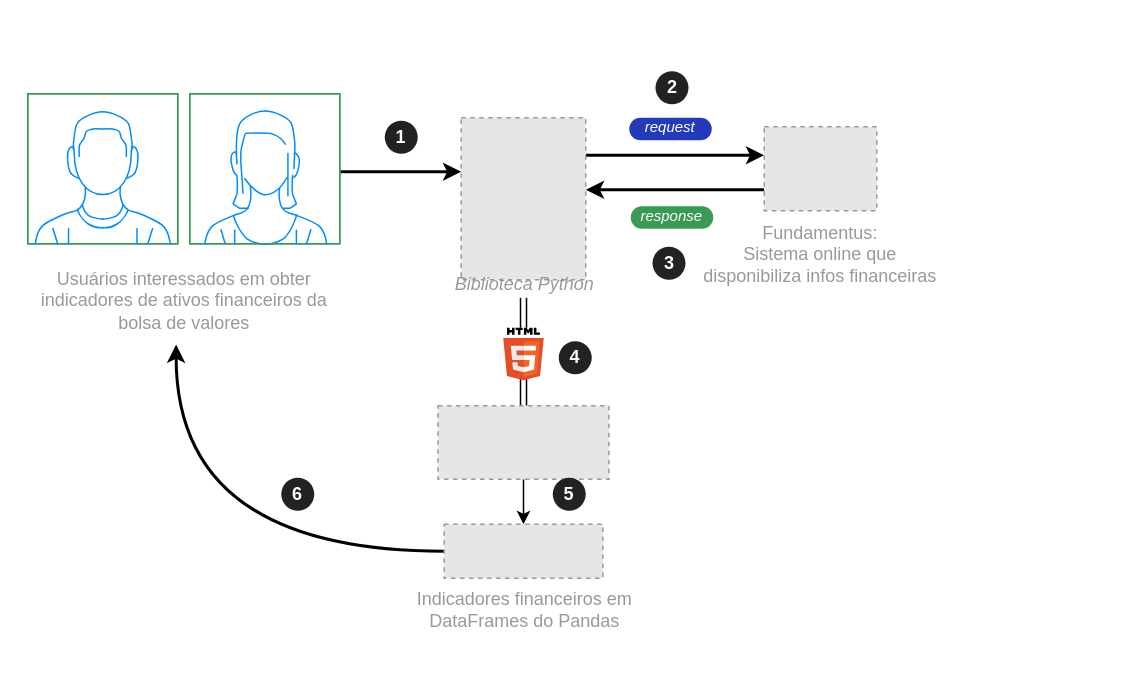
Above: docs/assets/diagrams/pynvest-diagram.drawio in ThiagoPanini/pynvest (draw.io), before the change. Source tidied: cells renumbered, new cells numbered last; positions are measured from the earlier drawing's top-left corner, leaving out a move shared by most shapes. Both pictures are drawn from the tidied source at 150%, with x=0, y=0 at pixel (26, 70). Pictures stored in the file or linked from it are replaced by grey dashed boxes.
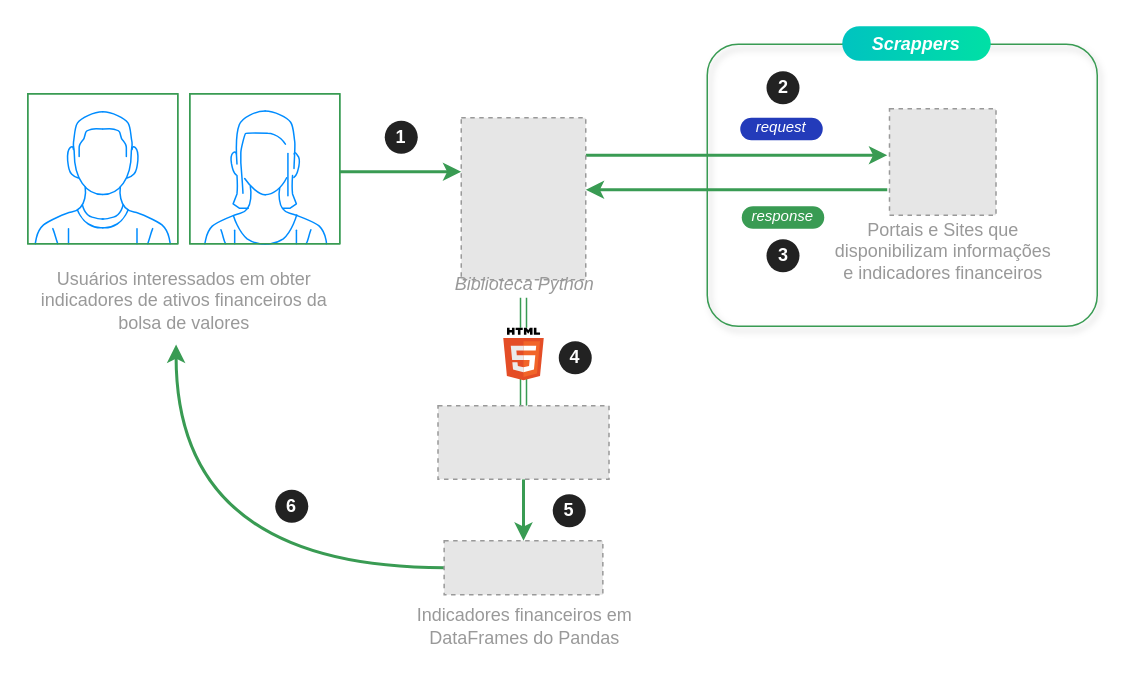
The same page after the edit.

Unchanged cells that the change refers to:
```xml
<mxCell id="4" style="verticalLabelPosition=bottom;shadow=0;dashed=0;align=center;html=1;verticalAlign=top;strokeWidth=1;shape=mxgraph.mockup.containers.userFemale;strokeColor=#399B53;strokeColor2=#008cff;fillColor=none;labelBackgroundColor=none;fontColor=#5AA9E6;rounded=1;" parent="1" vertex="1">
  <mxGeometry x="109" y="15" width="100" height="100" as="geometry" />
</mxCell>
<mxCell id="5" value="&lt;font color=&quot;#999999&quot;&gt;Usuários interessados em obter&lt;br&gt;indicadores de ativos financeiros da&lt;br&gt;bolsa de valores&lt;br&gt;&lt;/font&gt;" style="text;html=1;align=center;verticalAlign=middle;points=[];strokeColor=none;fillColor=none;labelBackgroundColor=none;fontColor=#5AA9E6;rounded=1;" parent="1" vertex="1">
  <mxGeometry y="125" width="209" height="55" as="geometry" />
</mxCell>
<mxCell id="7" style="fillColor=#E6E6E6;strokeColor=#999999;dashed=1;verticalLabelPosition=bottom;labelBackgroundColor=default;verticalAlign=top;" parent="1" vertex="1">
  <mxGeometry x="290" y="31" width="83" height="108" as="geometry" />
</mxCell>
<mxCell id="9" value="&lt;font color=&quot;#999999&quot;&gt;Biblioteca Python&lt;br&gt;&lt;/font&gt;" style="text;html=1;align=center;verticalAlign=middle;points=[];strokeColor=none;fillColor=none;labelBackgroundColor=none;fontColor=#5AA9E6;rounded=1;fontStyle=2;" parent="1" vertex="1">
  <mxGeometry x="276" y="129" width="111" height="26" as="geometry" />
</mxCell>
<mxCell id="21" style="fillColor=#E6E6E6;strokeColor=#999999;dashed=1;verticalLabelPosition=bottom;labelBackgroundColor=default;verticalAlign=top;" parent="1" vertex="1">
  <mxGeometry x="274.5" y="223" width="114" height="49" as="geometry" />
</mxCell>
<mxCell id="23" style="dashed=0;outlineConnect=0;html=1;align=center;labelPosition=center;verticalLabelPosition=bottom;verticalAlign=top;shape=mxgraph.weblogos.html5;" parent="1" vertex="1">
  <mxGeometry x="318" y="171" width="27" height="35" as="geometry" />
</mxCell>
```

Change to the diagram source:
```diff
@@
+    <mxCell id="30" style="rounded=1;whiteSpace=wrap;html=1;shadow=1;arcSize=11;fillColor=none;strokeColor=#399B53;" parent="1" vertex="1">
+      <mxGeometry x="454" y="-18" width="260" height="188" as="geometry" />
+    </mxCell>
@@
-    <mxCell id="3" style="edgeStyle=orthogonalEdgeStyle;rounded=0;jettySize=auto;html=1;strokeWidth=2;" parent="1" edge="1" source="4" target="7">
+    <mxCell id="3" style="edgeStyle=orthogonalEdgeStyle;rounded=0;jettySize=auto;html=1;strokeWidth=2;strokeColor=#399B53;" parent="1" edge="1" source="4" target="7">
       <mxGeometry relative="1" as="geometry">
         <Array as="points">
           <mxPoint x="249" y="67" />
           <mxPoint x="249" y="67" />
         </Array>
       </mxGeometry>
     </mxCell>
@@
-    <mxCell id="6" style="edgeStyle=orthogonalEdgeStyle;rounded=0;jettySize=auto;html=1;strokeWidth=2;" parent="1" edge="1" source="7" target="11">
+    <mxCell id="6" style="edgeStyle=orthogonalEdgeStyle;rounded=0;jettySize=auto;html=1;strokeWidth=2;strokeColor=#399B53;" parent="1" edge="1" source="7">
       <mxGeometry relative="1" as="geometry">
+        <mxPoint x="574" y="56" as="targetPoint" />
         <Array as="points">
           <mxPoint x="417" y="56" />
           <mxPoint x="417" y="56" />
         </Array>
       </mxGeometry>
     </mxCell>
@@
-    <mxCell id="8" style="edgeStyle=orthogonalEdgeStyle;rounded=0;jettySize=auto;html=1;shape=link;" parent="1" edge="1" source="23" target="21">
+    <mxCell id="8" style="edgeStyle=orthogonalEdgeStyle;rounded=0;jettySize=auto;html=1;shape=link;strokeColor=#399B53;" parent="1" edge="1" source="23" target="21">
       <mxGeometry relative="1" as="geometry" />
     </mxCell>
@@
-    <mxCell id="10" style="edgeStyle=orthogonalEdgeStyle;rounded=0;jettySize=auto;html=1;strokeWidth=2;" parent="1" edge="1" source="11" target="7">
+    <mxCell id="10" style="edgeStyle=orthogonalEdgeStyle;rounded=0;jettySize=auto;html=1;strokeWidth=2;strokeColor=#399B53;" parent="1" edge="1" target="7">
       <mxGeometry relative="1" as="geometry">
+        <mxPoint x="574" y="79" as="sourcePoint" />
         <Array as="points">
           <mxPoint x="421" y="79" />
           <mxPoint x="421" y="79" />
         </Array>
       </mxGeometry>
     </mxCell>
-    <mxCell id="11" style="fillColor=#E6E6E6;strokeColor=#999999;dashed=1;verticalLabelPosition=bottom;labelBackgroundColor=default;verticalAlign=top;" parent="1" vertex="1">
-      <mxGeometry x="492" y="37" width="75" height="56" as="geometry" />
-    </mxCell>
-    <mxCell id="12" value="&lt;font color=&quot;#999999&quot;&gt;Fundamentus:&lt;br&gt;Sistema online que&lt;br&gt;disponibiliza infos financeiras&lt;br&gt;&lt;/font&gt;" style="text;html=1;align=center;verticalAlign=middle;strokeColor=none;fillColor=none;labelBackgroundColor=none;fontColor=#5AA9E6;rounded=1;" parent="1" vertex="1">
-      <mxGeometry x="442" y="94" width="173" height="55" as="geometry" />
+    <mxCell id="12" value="&lt;font color=&quot;#999999&quot;&gt;Portais e Sites que&lt;br&gt;disponibilizam informações&lt;br&gt;e indicadores financeiros&lt;br&gt;&lt;/font&gt;" style="text;html=1;align=center;verticalAlign=middle;strokeColor=none;fillColor=none;labelBackgroundColor=none;fontColor=#5AA9E6;rounded=1;" parent="1" vertex="1">
+      <mxGeometry x="530" y="92" width="162" height="55" as="geometry" />
     </mxCell>
-    <mxCell id="13" style="edgeStyle=orthogonalEdgeStyle;rounded=0;jettySize=auto;html=1;entryX=0.478;entryY=1.04;entryDx=0;entryDy=0;entryPerimeter=0;curved=1;strokeWidth=2;" parent="1" edge="1" source="14" target="5">
+    <mxCell id="13" style="edgeStyle=orthogonalEdgeStyle;rounded=0;jettySize=auto;html=1;entryX=0.478;entryY=1.04;entryDx=0;entryDy=0;entryPerimeter=0;curved=1;strokeWidth=2;strokeColor=#399B53;" parent="1" edge="1" source="14" target="5">
       <mxGeometry relative="1" as="geometry" />
     </mxCell>
     <mxCell id="14" style="fillColor=#E6E6E6;strokeColor=#999999;dashed=1;verticalLabelPosition=bottom;labelBackgroundColor=default;verticalAlign=top;" parent="1" vertex="1">
-      <mxGeometry x="278.6" y="302" width="105.8" height="36" as="geometry" />
+      <mxGeometry x="278.6" y="313" width="105.8" height="36" as="geometry" />
     </mxCell>
     <mxCell id="15" value="&lt;font color=&quot;#999999&quot;&gt;Indicadores financeiros em&lt;br&gt;DataFrames do Pandas&lt;br&gt;&lt;/font&gt;" style="text;html=1;align=center;verticalAlign=middle;strokeColor=none;fillColor=none;labelBackgroundColor=none;fontColor=#5AA9E6;rounded=1;" parent="1" vertex="1">
-      <mxGeometry x="251" y="338" width="161" height="41" as="geometry" />
+      <mxGeometry x="251" y="349" width="161" height="41" as="geometry" />
     </mxCell>
     <mxCell id="16" style="rounded=1;whiteSpace=wrap;html=1;arcSize=50;fillColor=#233bba;fontSize=10;strokeColor=none;" parent="1" vertex="1">
-      <mxGeometry x="402" y="31" width="55" height="15" as="geometry" />
+      <mxGeometry x="476" y="31" width="55" height="15" as="geometry" />
     </mxCell>
     <mxCell id="17" value="&lt;i style=&quot;font-size: 10px;&quot;&gt;request&lt;/i&gt;" style="text;html=1;align=center;verticalAlign=middle;strokeColor=none;fillColor=none;fontSize=10;fontColor=#FFFFFF;" parent="1" vertex="1">
-      <mxGeometry x="403" y="25" width="51" height="24" as="geometry" />
+      <mxGeometry x="477" y="25" width="51" height="24" as="geometry" />
     </mxCell>
     <mxCell id="18" style="rounded=1;whiteSpace=wrap;html=1;arcSize=50;fillColor=#399B53;fontSize=10;strokeColor=none;" parent="1" vertex="1">
-      <mxGeometry x="403" y="90" width="55" height="15" as="geometry" />
+      <mxGeometry x="477" y="90" width="55" height="15" as="geometry" />
     </mxCell>
     <mxCell id="19" value="&lt;i style=&quot;font-size: 10px;&quot;&gt;response&lt;/i&gt;" style="text;html=1;align=center;verticalAlign=middle;strokeColor=none;fillColor=none;fontSize=10;fontColor=#FFFFFF;" parent="1" vertex="1">
-      <mxGeometry x="400" y="84" width="59" height="24" as="geometry" />
+      <mxGeometry x="474" y="84" width="59" height="24" as="geometry" />
     </mxCell>
-    <mxCell id="20" style="edgeStyle=orthogonalEdgeStyle;rounded=0;jettySize=auto;html=1;" parent="1" edge="1" source="21" target="14">
+    <mxCell id="20" style="edgeStyle=orthogonalEdgeStyle;rounded=0;jettySize=auto;html=1;strokeColor=#399B53;strokeWidth=2;" parent="1" edge="1" source="21" target="14">
       <mxGeometry relative="1" as="geometry" />
     </mxCell>
@@
-    <mxCell id="22" style="edgeStyle=orthogonalEdgeStyle;rounded=0;jettySize=auto;html=1;shape=link;" parent="1" edge="1" source="9" target="23">
+    <mxCell id="22" style="edgeStyle=orthogonalEdgeStyle;rounded=0;jettySize=auto;html=1;shape=link;strokeColor=#399B53;" parent="1" edge="1" source="9" target="23">
       <mxGeometry relative="1" as="geometry" />
     </mxCell>
@@
     <mxCell id="25" value="&lt;b&gt;2&lt;/b&gt;" style="ellipse;whiteSpace=wrap;html=1;fillColor=#222222;strokeColor=none;fontColor=#FFFFFF;" parent="1" vertex="1">
-      <mxGeometry x="419.5" width="22" height="22" as="geometry" />
+      <mxGeometry x="493.5" width="22" height="22" as="geometry" />
     </mxCell>
     <mxCell id="26" value="&lt;b&gt;3&lt;/b&gt;" style="ellipse;whiteSpace=wrap;html=1;fillColor=#222222;strokeColor=none;fontColor=#FFFFFF;" parent="1" vertex="1">
-      <mxGeometry x="417.5" y="117" width="22" height="22" as="geometry" />
+      <mxGeometry x="493.5" y="112" width="22" height="22" as="geometry" />
     </mxCell>
@@
     <mxCell id="28" value="&lt;b&gt;5&lt;/b&gt;" style="ellipse;whiteSpace=wrap;html=1;fillColor=#222222;strokeColor=none;fontColor=#FFFFFF;" parent="1" vertex="1">
-      <mxGeometry x="351" y="271" width="22" height="22" as="geometry" />
+      <mxGeometry x="351" y="282" width="22" height="22" as="geometry" />
     </mxCell>
     <mxCell id="29" value="&lt;b&gt;6&lt;/b&gt;" style="ellipse;whiteSpace=wrap;html=1;fillColor=#222222;strokeColor=none;fontColor=#FFFFFF;" parent="1" vertex="1">
-      <mxGeometry x="170" y="271" width="22" height="22" as="geometry" />
+      <mxGeometry x="166" y="279" width="22" height="22" as="geometry" />
     </mxCell>
+    <mxCell id="31" value="&lt;i&gt;Scrappers&lt;/i&gt;" style="rounded=1;whiteSpace=wrap;html=1;arcSize=50;fillColor=#00c3c0;strokeColor=none;fontColor=#FFFFFF;fontStyle=1;gradientColor=#00e0a5;gradientDirection=east;" parent="1" vertex="1">
+      <mxGeometry x="544" y="-30" width="99" height="23" as="geometry" />
+    </mxCell>
+    <mxCell id="32" style="fillColor=#E6E6E6;strokeColor=#999999;dashed=1;verticalLabelPosition=bottom;labelBackgroundColor=default;verticalAlign=top;" parent="1" vertex="1">
+      <mxGeometry x="575.5" y="25" width="71" height="71" as="geometry" />
+    </mxCell>
```
